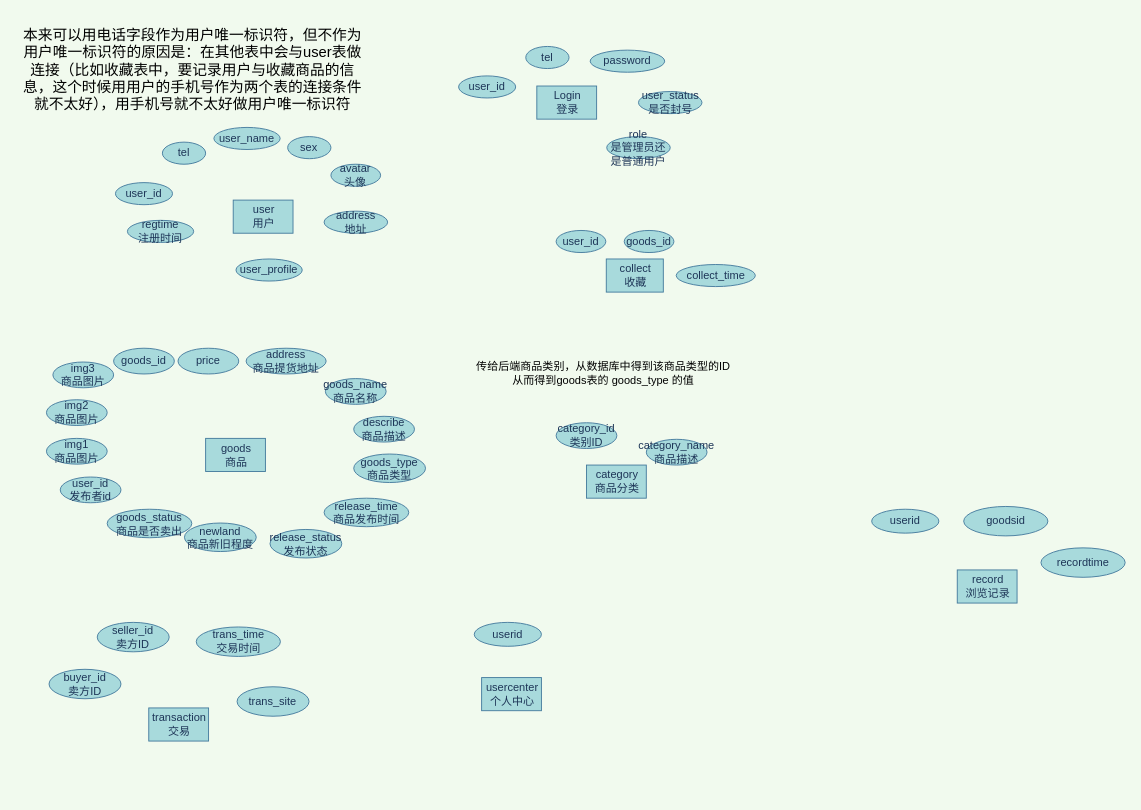
This is 跳蚤市场数据库ER图.drawio from 200928/image, a draw.io file, before an edit. Source tidied: cells renumbered, new cells numbered last; positions are measured from the earlier drawing's top-left corner, leaving out a move shared by most shapes. Both pictures are drawn from the tidied source at 92%, with x=0, y=0 at pixel (16, 16).
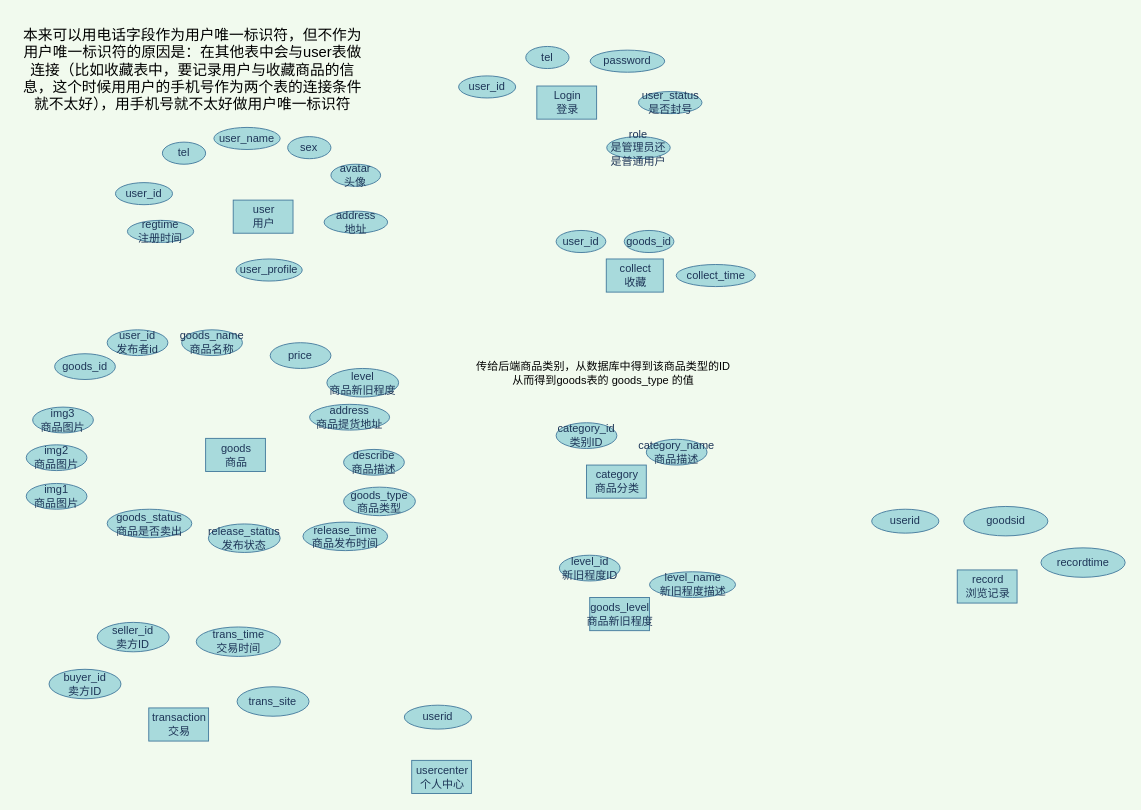
Above is the later version.

Commit message:
更新跳蚤市场数据库ER图.drawio

Change to the diagram source:
```diff
@@
     <mxCell id="17" value="goods_id" style="ellipse;whiteSpace=wrap;html=1;rounded=0;sketch=0;fontColor=#1D3557;strokeColor=#457B9D;fillColor=#A8DADC;" parent="1" vertex="1">
-      <mxGeometry x="106" y="361" width="66" height="28" as="geometry" />
+      <mxGeometry x="41.9" y="367" width="66" height="28" as="geometry" />
     </mxCell>
     <mxCell id="18" value="price" style="ellipse;whiteSpace=wrap;html=1;rounded=0;sketch=0;fontColor=#1D3557;strokeColor=#457B9D;fillColor=#A8DADC;" parent="1" vertex="1">
-      <mxGeometry x="176" y="361" width="66" height="28" as="geometry" />
+      <mxGeometry x="276.2" y="355" width="66" height="28" as="geometry" />
     </mxCell>
     <mxCell id="19" value="describe&lt;br&gt;商品描述" style="ellipse;whiteSpace=wrap;html=1;rounded=0;sketch=0;fontColor=#1D3557;strokeColor=#457B9D;fillColor=#A8DADC;" parent="1" vertex="1">
-      <mxGeometry x="367" y="435" width="66" height="28" as="geometry" />
+      <mxGeometry x="356" y="471" width="66" height="28" as="geometry" />
     </mxCell>
     <mxCell id="20" value="goods_type&lt;br&gt;商品类型" style="ellipse;whiteSpace=wrap;html=1;rounded=0;sketch=0;fontColor=#1D3557;strokeColor=#457B9D;fillColor=#A8DADC;" parent="1" vertex="1">
-      <mxGeometry x="367" y="476" width="78" height="31" as="geometry" />
+      <mxGeometry x="356" y="512" width="78" height="31" as="geometry" />
     </mxCell>
@@
     <mxCell id="22" value="release_time&lt;br&gt;商品发布时间" style="ellipse;whiteSpace=wrap;html=1;rounded=0;sketch=0;fontColor=#1D3557;strokeColor=#457B9D;fillColor=#A8DADC;" parent="1" vertex="1">
-      <mxGeometry x="334.8" y="524" width="92" height="31" as="geometry" />
+      <mxGeometry x="311.8" y="550" width="92" height="31" as="geometry" />
     </mxCell>
@@
     <mxCell id="24" value="img2&lt;br&gt;商品图片" style="ellipse;whiteSpace=wrap;html=1;rounded=0;sketch=0;fontColor=#1D3557;strokeColor=#457B9D;fillColor=#A8DADC;" parent="1" vertex="1">
-      <mxGeometry x="33" y="417" width="66" height="28" as="geometry" />
+      <mxGeometry x="11" y="466" width="66" height="28" as="geometry" />
     </mxCell>
@@
     <mxCell id="32" value="usercenter&lt;br&gt;个人中心" style="html=1;fillColor=#A8DADC;strokeColor=#457B9D;fontColor=#1D3557;" parent="1" vertex="1">
-      <mxGeometry x="506" y="719" width="65" height="36" as="geometry" />
+      <mxGeometry x="430" y="809" width="65" height="36" as="geometry" />
     </mxCell>
     <mxCell id="33" value="userid" style="ellipse;whiteSpace=wrap;html=1;rounded=0;sketch=0;fontColor=#1D3557;strokeColor=#457B9D;fillColor=#A8DADC;" parent="1" vertex="1">
-      <mxGeometry x="498" y="659" width="73" height="26" as="geometry" />
+      <mxGeometry x="422" y="749" width="73" height="26" as="geometry" />
     </mxCell>
     <mxCell id="34" value="user_id&lt;br&gt;发布者id" style="ellipse;whiteSpace=wrap;html=1;rounded=0;sketch=0;fontColor=#1D3557;strokeColor=#457B9D;fillColor=#A8DADC;" parent="1" vertex="1">
-      <mxGeometry x="48" y="501" width="66" height="28" as="geometry" />
+      <mxGeometry x="99" y="341" width="66" height="28" as="geometry" />
     </mxCell>
@@
     <mxCell id="42" value="goods_name&lt;br&gt;商品名称" style="ellipse;whiteSpace=wrap;html=1;rounded=0;sketch=0;fontColor=#1D3557;strokeColor=#457B9D;fillColor=#A8DADC;" parent="1" vertex="1">
-      <mxGeometry x="336.2" y="394" width="66" height="28" as="geometry" />
+      <mxGeometry x="180" y="341" width="66" height="28" as="geometry" />
     </mxCell>
@@
-    <mxCell id="46" value="newland&lt;br&gt;商品新旧程度" style="ellipse;whiteSpace=wrap;html=1;rounded=0;sketch=0;fontColor=#1D3557;strokeColor=#457B9D;fillColor=#A8DADC;" parent="1" vertex="1">
-      <mxGeometry x="183" y="551" width="78" height="31" as="geometry" />
+    <mxCell id="46" value="level&lt;br&gt;商品新旧程度" style="ellipse;whiteSpace=wrap;html=1;rounded=0;sketch=0;fontColor=#1D3557;strokeColor=#457B9D;fillColor=#A8DADC;" parent="1" vertex="1">
+      <mxGeometry x="337.8" y="383" width="78" height="31" as="geometry" />
     </mxCell>
     <mxCell id="47" value="img1&lt;br&gt;商品图片" style="ellipse;whiteSpace=wrap;html=1;rounded=0;sketch=0;fontColor=#1D3557;strokeColor=#457B9D;fillColor=#A8DADC;" parent="1" vertex="1">
-      <mxGeometry x="33" y="459" width="66" height="28" as="geometry" />
+      <mxGeometry x="11" y="508" width="66" height="28" as="geometry" />
     </mxCell>
     <mxCell id="48" value="img3&lt;br&gt;商品图片" style="ellipse;whiteSpace=wrap;html=1;rounded=0;sketch=0;fontColor=#1D3557;strokeColor=#457B9D;fillColor=#A8DADC;" parent="1" vertex="1">
-      <mxGeometry x="40" y="376" width="66" height="28" as="geometry" />
+      <mxGeometry x="18" y="425" width="66" height="28" as="geometry" />
     </mxCell>
     <mxCell id="49" value="release_status&lt;br&gt;发布状态" style="ellipse;whiteSpace=wrap;html=1;rounded=0;sketch=0;fontColor=#1D3557;strokeColor=#457B9D;fillColor=#A8DADC;" parent="1" vertex="1">
-      <mxGeometry x="276" y="558" width="78" height="31" as="geometry" />
+      <mxGeometry x="209" y="552" width="78" height="31" as="geometry" />
     </mxCell>
     <mxCell id="50" value="address&lt;br&gt;商品提货地址" style="ellipse;whiteSpace=wrap;html=1;rounded=0;sketch=0;fontColor=#1D3557;strokeColor=#457B9D;fillColor=#A8DADC;" parent="1" vertex="1">
-      <mxGeometry x="250" y="361" width="87" height="28" as="geometry" />
+      <mxGeometry x="319" y="422" width="87" height="28" as="geometry" />
     </mxCell>
@@
+    <mxCell id="52" value="goods_level&lt;br&gt;商品新旧程度" style="html=1;fillColor=#A8DADC;strokeColor=#457B9D;fontColor=#1D3557;" parent="1" vertex="1">
+      <mxGeometry x="623.5" y="632" width="65" height="36" as="geometry" />
+    </mxCell>
+    <mxCell id="53" value="level_name&lt;br&gt;新旧程度描述" style="ellipse;whiteSpace=wrap;html=1;rounded=0;sketch=0;fontColor=#1D3557;strokeColor=#457B9D;fillColor=#A8DADC;" parent="1" vertex="1">
+      <mxGeometry x="688.5" y="604" width="93.5" height="28" as="geometry" />
+    </mxCell>
+    <mxCell id="54" value="level_id&lt;br&gt;新旧程度ID" style="ellipse;whiteSpace=wrap;html=1;rounded=0;sketch=0;fontColor=#1D3557;strokeColor=#457B9D;fillColor=#A8DADC;" parent="1" vertex="1">
+      <mxGeometry x="590.5" y="586" width="66" height="28" as="geometry" />
+    </mxCell>
```
